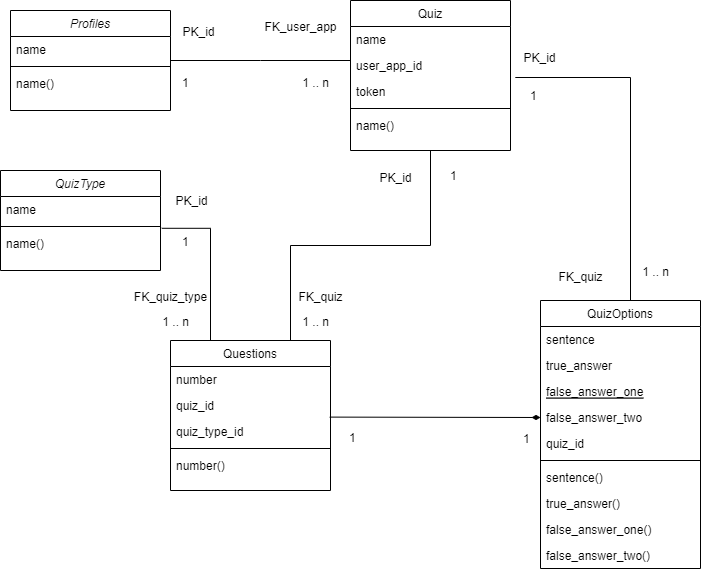
This is project/images4readme/ClassDiagram.png from josebuenogar1/quiz_creator, a draw.io export, as it was before one commit. Source tidied: cells renumbered, new cells last; positions are measured from the earlier drawing's top-left corner, leaving out a move shared by most shapes.
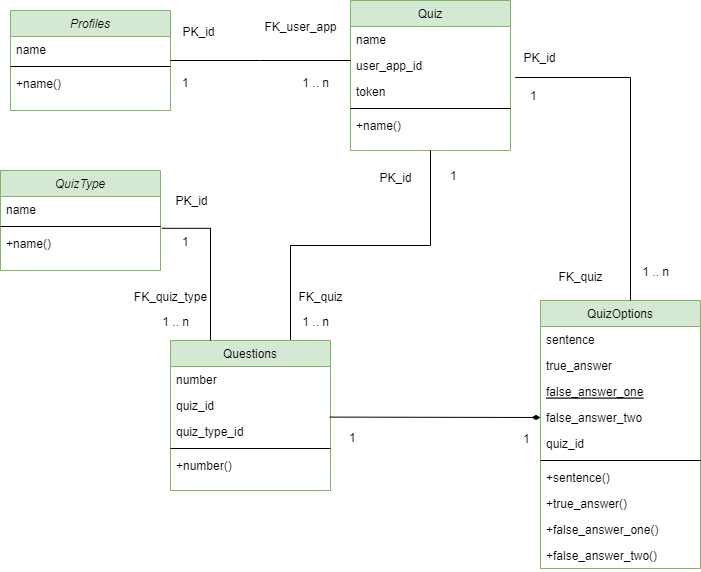
Above is the later version.

The edit, as a diff of the source:
```diff
@@ -2,7 +2,7 @@
   <root>
     <mxCell id="0" />
     <mxCell id="1" parent="0" />
-    <mxCell id="2" value="Profiles" style="swimlane;fontStyle=2;align=center;verticalAlign=top;horizontal=1;startSize=26;rounded=0;shadow=0;strokeWidth=1;" parent="1" vertex="1">
+    <mxCell id="2" value="Profiles" style="swimlane;fontStyle=2;align=center;verticalAlign=top;horizontal=1;startSize=26;rounded=0;shadow=0;strokeWidth=1;fillColor=#d5e8d4;strokeColor=#82b366;" parent="1" vertex="1">
       <mxGeometry x="10" y="80" width="160" height="100" as="geometry" />
     </mxCell>
     <mxCell id="3" value="name" style="text;align=left;verticalAlign=top;spacingLeft=4;spacingRight=4;overflow=hidden;" parent="2" vertex="1">
@@ -11,10 +11,10 @@
     <mxCell id="4" style="line;html=1;strokeWidth=1;align=left;verticalAlign=middle;spacingTop=-1;spacingLeft=3;spacingRight=3;labelPosition=right;" parent="2" vertex="1">
       <mxGeometry y="52" width="160" height="8" as="geometry" />
     </mxCell>
-    <mxCell id="5" value="name()" style="text;align=left;verticalAlign=top;spacingLeft=4;spacingRight=4;overflow=hidden;" parent="2" vertex="1">
+    <mxCell id="5" value="+name()" style="text;align=left;verticalAlign=top;spacingLeft=4;spacingRight=4;overflow=hidden;" parent="2" vertex="1">
       <mxGeometry y="60" width="160" height="26" as="geometry" />
     </mxCell>
-    <mxCell id="6" value="QuizOptions" style="swimlane;fontStyle=0;align=center;verticalAlign=top;horizontal=1;startSize=26;rounded=0;shadow=0;strokeWidth=1;" parent="1" vertex="1">
+    <mxCell id="6" value="QuizOptions" style="swimlane;fontStyle=0;align=center;verticalAlign=top;horizontal=1;startSize=26;rounded=0;shadow=0;strokeWidth=1;fillColor=#d5e8d4;strokeColor=#82b366;" parent="1" vertex="1">
       <mxGeometry x="540" y="370" width="160" height="268" as="geometry" />
     </mxCell>
     <mxCell id="7" value="sentence" style="text;align=left;verticalAlign=top;spacingLeft=4;spacingRight=4;overflow=hidden;" parent="6" vertex="1">
@@ -35,16 +35,16 @@
     <mxCell id="12" style="line;html=1;strokeWidth=1;align=left;verticalAlign=middle;spacingTop=-1;spacingLeft=3;spacingRight=3;labelPosition=right;" parent="6" vertex="1">
       <mxGeometry y="156" width="160" height="8" as="geometry" />
     </mxCell>
-    <mxCell id="13" value="sentence()&#10;" style="text;align=left;verticalAlign=top;spacingLeft=4;spacingRight=4;overflow=hidden;" parent="6" vertex="1">
+    <mxCell id="13" value="+sentence()&#10;" style="text;align=left;verticalAlign=top;spacingLeft=4;spacingRight=4;overflow=hidden;" parent="6" vertex="1">
       <mxGeometry y="164" width="160" height="26" as="geometry" />
     </mxCell>
-    <mxCell id="14" value="true_answer()&#10;" style="text;align=left;verticalAlign=top;spacingLeft=4;spacingRight=4;overflow=hidden;rounded=0;shadow=0;html=0;" parent="6" vertex="1">
+    <mxCell id="14" value="+true_answer()&#10;" style="text;align=left;verticalAlign=top;spacingLeft=4;spacingRight=4;overflow=hidden;rounded=0;shadow=0;html=0;" parent="6" vertex="1">
       <mxGeometry y="190" width="160" height="26" as="geometry" />
     </mxCell>
-    <mxCell id="15" value="false_answer_one()&#10;" style="text;align=left;verticalAlign=top;spacingLeft=4;spacingRight=4;overflow=hidden;" parent="6" vertex="1">
+    <mxCell id="15" value="+false_answer_one()" style="text;align=left;verticalAlign=top;spacingLeft=4;spacingRight=4;overflow=hidden;" parent="6" vertex="1">
       <mxGeometry y="216" width="160" height="26" as="geometry" />
     </mxCell>
-    <mxCell id="16" value="false_answer_two()&#10;" style="text;align=left;verticalAlign=top;spacingLeft=4;spacingRight=4;overflow=hidden;" parent="6" vertex="1">
+    <mxCell id="16" value="+false_answer_two()" style="text;align=left;verticalAlign=top;spacingLeft=4;spacingRight=4;overflow=hidden;" parent="6" vertex="1">
       <mxGeometry y="242" width="160" height="26" as="geometry" />
     </mxCell>
     <mxCell id="17" style="endArrow=none;endFill=0;shadow=0;strokeWidth=1;edgeStyle=elbowEdgeStyle;elbow=vertical;entryX=1.03;entryY=-0.054;entryDx=0;entryDy=0;entryPerimeter=0;rounded=0;startArrow=none;startFill=0;" parent="1" edge="1" source="6" target="21">
@@ -56,7 +56,7 @@
         </Array>
       </mxGeometry>
     </mxCell>
-    <mxCell id="18" value="Quiz" style="swimlane;fontStyle=0;align=center;verticalAlign=top;horizontal=1;startSize=26;rounded=0;shadow=0;strokeWidth=1;" parent="1" vertex="1">
+    <mxCell id="18" value="Quiz" style="swimlane;fontStyle=0;align=center;verticalAlign=top;horizontal=1;startSize=26;rounded=0;shadow=0;strokeWidth=1;fillColor=#d5e8d4;strokeColor=#82b366;" parent="1" vertex="1">
       <mxGeometry x="350" y="70" width="160" height="150" as="geometry" />
     </mxCell>
     <mxCell id="19" value="name" style="text;align=left;verticalAlign=top;spacingLeft=4;spacingRight=4;overflow=hidden;" parent="18" vertex="1">
@@ -71,7 +71,7 @@
     <mxCell id="22" style="line;html=1;strokeWidth=1;align=left;verticalAlign=middle;spacingTop=-1;spacingLeft=3;spacingRight=3;labelPosition=right;" parent="18" vertex="1">
       <mxGeometry y="104" width="160" height="8" as="geometry" />
     </mxCell>
-    <mxCell id="23" value="name()" style="text;align=left;verticalAlign=top;spacingLeft=4;spacingRight=4;overflow=hidden;" parent="18" vertex="1">
+    <mxCell id="23" value="+name()" style="text;align=left;verticalAlign=top;spacingLeft=4;spacingRight=4;overflow=hidden;" parent="18" vertex="1">
       <mxGeometry y="112" width="160" height="26" as="geometry" />
     </mxCell>
     <mxCell id="24" style="endArrow=none;shadow=0;strokeWidth=1;rounded=0;endFill=0;edgeStyle=elbowEdgeStyle;elbow=vertical;" parent="1" edge="1" source="2" target="18">
@@ -117,7 +117,7 @@
         <mxPoint x="-1" y="-4" as="offset" />
       </mxGeometry>
     </mxCell>
-    <mxCell id="33" value="QuizType" style="swimlane;fontStyle=2;align=center;verticalAlign=top;horizontal=1;startSize=26;rounded=0;shadow=0;strokeWidth=1;" parent="1" vertex="1">
+    <mxCell id="33" value="QuizType" style="swimlane;fontStyle=2;align=center;verticalAlign=top;horizontal=1;startSize=26;rounded=0;shadow=0;strokeWidth=1;fillColor=#d5e8d4;strokeColor=#82b366;" parent="1" vertex="1">
       <mxGeometry y="240" width="160" height="100" as="geometry" />
     </mxCell>
     <mxCell id="34" value="name" style="text;align=left;verticalAlign=top;spacingLeft=4;spacingRight=4;overflow=hidden;" parent="33" vertex="1">
@@ -126,13 +126,13 @@
     <mxCell id="35" style="line;html=1;strokeWidth=1;align=left;verticalAlign=middle;spacingTop=-1;spacingLeft=3;spacingRight=3;labelPosition=right;" parent="33" vertex="1">
       <mxGeometry y="52" width="160" height="8" as="geometry" />
     </mxCell>
-    <mxCell id="36" value="name()" style="text;align=left;verticalAlign=top;spacingLeft=4;spacingRight=4;overflow=hidden;points=[[0,0.5],[1,0.5]];portConstraint=eastwest;" parent="33" vertex="1">
+    <mxCell id="36" value="+name()" style="text;align=left;verticalAlign=top;spacingLeft=4;spacingRight=4;overflow=hidden;points=[[0,0.5],[1,0.5]];portConstraint=eastwest;" parent="33" vertex="1">
       <mxGeometry y="60" width="160" height="26" as="geometry" />
     </mxCell>
     <mxCell id="37" style="edgeStyle=orthogonalEdgeStyle;rounded=0;jettySize=auto;html=1;exitX=0.75;exitY=0;exitDx=0;exitDy=0;entryX=0.5;entryY=1;entryDx=0;entryDy=0;endArrow=none;endFill=0;" parent="1" edge="1" source="38" target="18">
       <mxGeometry relative="1" as="geometry" />
     </mxCell>
-    <mxCell id="38" value="Questions" style="swimlane;fontStyle=0;align=center;verticalAlign=top;horizontal=1;startSize=26;rounded=0;shadow=0;strokeWidth=1;" parent="1" vertex="1">
+    <mxCell id="38" value="Questions" style="swimlane;fontStyle=0;align=center;verticalAlign=top;horizontal=1;startSize=26;rounded=0;shadow=0;strokeWidth=1;fillColor=#d5e8d4;strokeColor=#82b366;" parent="1" vertex="1">
       <mxGeometry x="170" y="410" width="160" height="150" as="geometry" />
     </mxCell>
     <mxCell id="39" value="number" style="text;align=left;verticalAlign=top;spacingLeft=4;spacingRight=4;overflow=hidden;" parent="38" vertex="1">
@@ -147,7 +147,7 @@
     <mxCell id="42" style="line;html=1;strokeWidth=1;align=left;verticalAlign=middle;spacingTop=-1;spacingLeft=3;spacingRight=3;labelPosition=right;" parent="38" vertex="1">
       <mxGeometry y="104" width="160" height="8" as="geometry" />
     </mxCell>
-    <mxCell id="43" value="number()" style="text;align=left;verticalAlign=top;spacingLeft=4;spacingRight=4;overflow=hidden;" parent="38" vertex="1">
+    <mxCell id="43" value="+number()" style="text;align=left;verticalAlign=top;spacingLeft=4;spacingRight=4;overflow=hidden;" parent="38" vertex="1">
       <mxGeometry y="112" width="160" height="26" as="geometry" />
     </mxCell>
     <mxCell id="44" value="FK_quiz" style="text;html=1;align=center;verticalAlign=middle;labelBackgroundColor=none;rounded=0;shadow=0;strokeWidth=1;fontSize=12;" parent="1" vertex="1">
```
